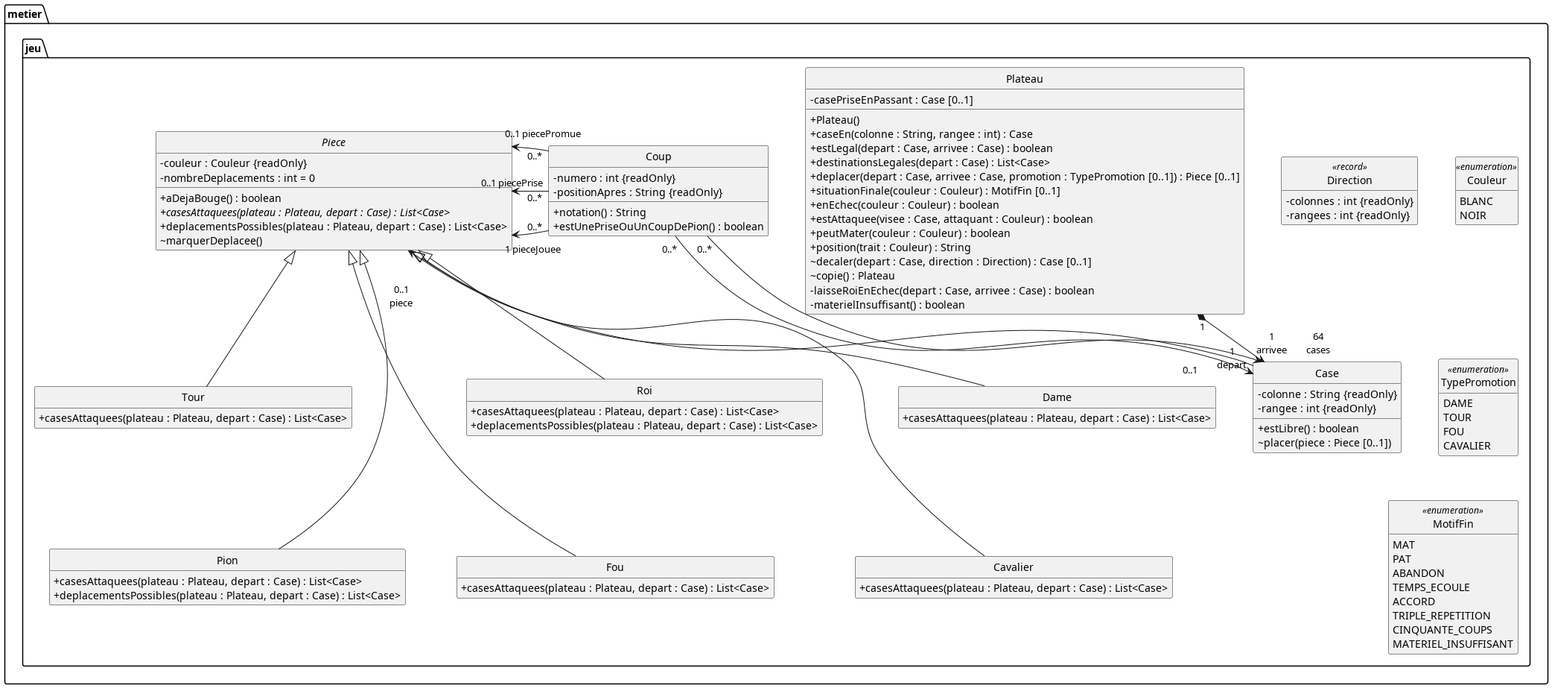
Above: diagrams/classes-conception-jeu.png in kevinBissouth/projet_echecs_tic315 (PlantUML), before the change.
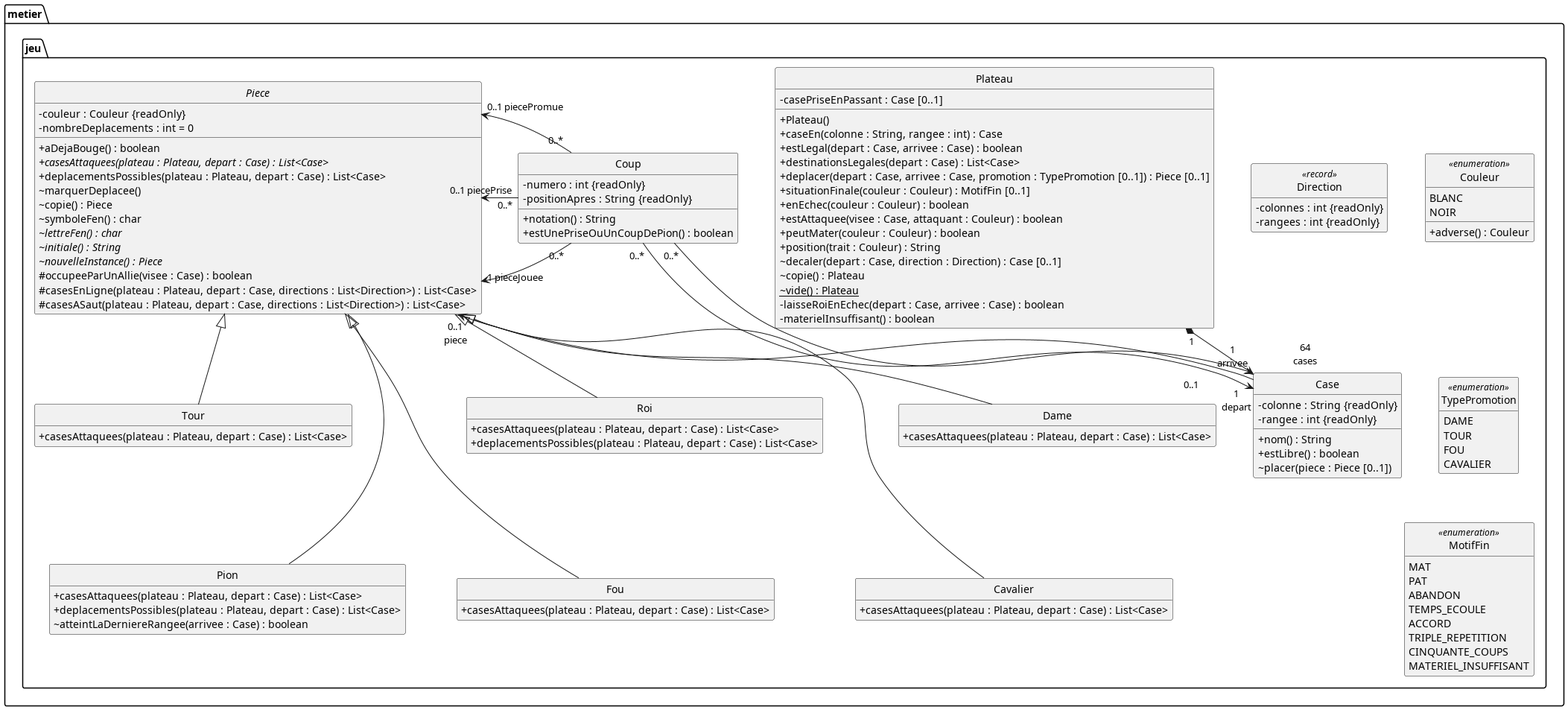
The same file after the commit.

What changed in the source:
```diff
@@ -22,6 +22,7 @@
     + position(trait : Couleur) : String
     ~ decaler(depart : Case, direction : Direction) : Case [0..1]
     ~ copie() : Plateau
+    ~ {static} vide() : Plateau
     - laisseRoiEnEchec(depart : Case, arrivee : Case) : boolean
     - materielInsuffisant() : boolean
   }
@@ -29,6 +30,7 @@
   class Case {
     - colonne : String {readOnly}
     - rangee : int {readOnly}
+    + nom() : String
     + estLibre() : boolean
     ~ placer(piece : Piece [0..1])
   }
@@ -45,6 +47,14 @@
     + {abstract} casesAttaquees(plateau : Plateau, depart : Case) : List<Case>
     + deplacementsPossibles(plateau : Plateau, depart : Case) : List<Case>
     ~ marquerDeplacee()
+    ~ copie() : Piece
+    ~ symboleFen() : char
+    ~ {abstract} lettreFen() : char
+    ~ {abstract} initiale() : String
+    ~ {abstract} nouvelleInstance() : Piece
+    # occupeeParUnAllie(visee : Case) : boolean
+    # casesEnLigne(plateau : Plateau, depart : Case, directions : List<Direction>) : List<Case>
+    # casesASaut(plateau : Plateau, depart : Case, directions : List<Direction>) : List<Case>
   }
 
   class Roi {
@@ -66,6 +76,7 @@
   class Pion {
     + casesAttaquees(plateau : Plateau, depart : Case) : List<Case>
     + deplacementsPossibles(plateau : Plateau, depart : Case) : List<Case>
+    ~ atteintLaDerniereRangee(arrivee : Case) : boolean
   }
 
   class Coup {
@@ -78,6 +89,7 @@
   enum Couleur <<enumeration>> {
     BLANC
     NOIR
+    + adverse() : Couleur
   }
 
   enum TypePromotion <<enumeration>> {
@@ -107,7 +119,7 @@
 Piece <|-- Pion
 
 Plateau "1" *--> "                    64\n                    cases" Case
-Case "0..1                      " --> "\n\n0..1\npiece" Piece
+Case "0..1                      " --> "0..1\npiece" Piece
 Coup "0..*" --> "1\ndepart" Case
 Coup "0..*" --> "1\narrivee" Case
 Coup "0..*" -left-> "1 pieceJouee" Piece
```
